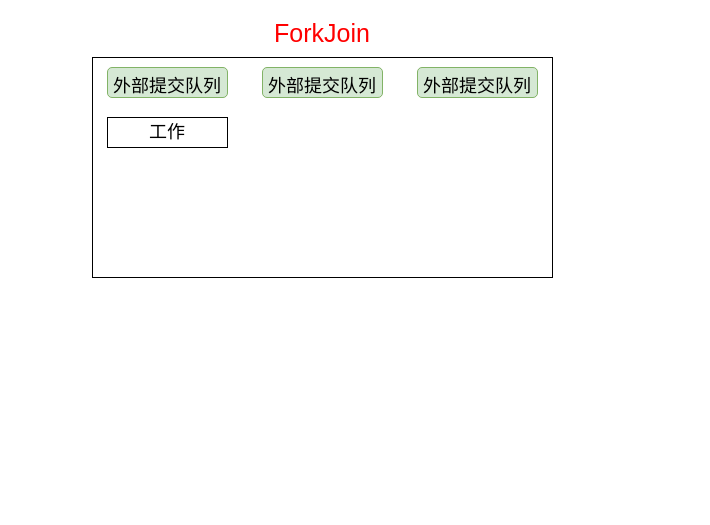
This is utilsdemo/src/main/resources/FlowDiagram/ForkJoin设计框架.drawio from an-1024/WorkUtil, a draw.io file, before an edit. Source tidied: cells renumbered, new cells numbered last; positions are measured from the earlier drawing's top-left corner, leaving out a move shared by most shapes. Both pictures are drawn from the tidied source at 100%, with x=0, y=0 at pixel (92, 17).
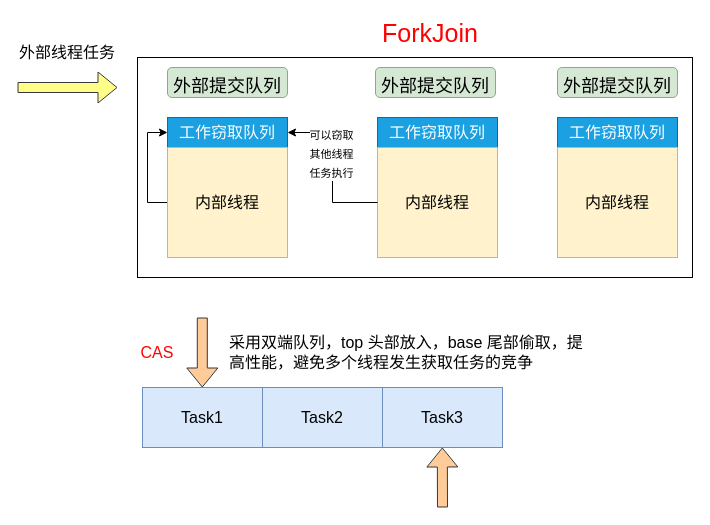
After the change.

Commit message (it also covers changes not shown here):
更新ForkJoin设计框架.drawio

The edit, as a diff of the source:
```diff
@@
+    <mxCell id="8" style="group;" parent="1" vertex="1">
+      <mxGeometry x="-75" width="675" height="490" as="geometry" />
+    </mxCell>
+    <mxCell id="9" style="shape=flexArrow;endArrow=classic;html=1;rounded=0;fontSize=16;fontColor=#000000;fillColor=#ffff88;strokeColor=#36393d;" parent="8" edge="1">
+      <mxGeometry relative="1" as="geometry">
+        <mxPoint y="70" as="sourcePoint" />
+        <mxPoint x="100" y="70" as="targetPoint" />
+      </mxGeometry>
+    </mxCell>
+    <mxCell id="10" value="外部线程任务" style="text;html=1;strokeColor=none;fillColor=none;align=center;verticalAlign=middle;whiteSpace=wrap;rounded=0;fontSize=16;fontColor=#000000;" parent="8" vertex="1">
+      <mxGeometry y="20" width="100" height="30" as="geometry" />
+    </mxCell>
-    <mxCell id="2" value="&lt;font style=&quot;font-size: 25px;&quot; color=&quot;#ff0000&quot;&gt;ForkJoin&lt;/font&gt;" style="text;html=1;strokeColor=none;fillColor=none;align=center;verticalAlign=middle;whiteSpace=wrap;rounded=0;" parent="1" vertex="1">
-      <mxGeometry x="175" width="110" height="30" as="geometry" />
+    <mxCell id="2" value="&lt;font style=&quot;font-size: 25px;&quot; color=&quot;#ff0000&quot;&gt;ForkJoin&lt;/font&gt;" style="text;html=1;strokeColor=none;fillColor=none;align=center;verticalAlign=middle;whiteSpace=wrap;rounded=0;" parent="8" vertex="1">
+      <mxGeometry x="358" width="110" height="30" as="geometry" />
     </mxCell>
-    <mxCell id="3" style="rounded=0;whiteSpace=wrap;html=1;fontSize=25;fontColor=#FF0000;" parent="1" vertex="1">
-      <mxGeometry y="40" width="460" height="220" as="geometry" />
+    <mxCell id="3" style="rounded=0;whiteSpace=wrap;html=1;fontSize=25;fontColor=#FF0000;" parent="8" vertex="1">
+      <mxGeometry x="120" y="40" width="555" height="220" as="geometry" />
     </mxCell>
-    <mxCell id="4" value="&lt;font style=&quot;font-size: 18px;&quot;&gt;外部提交队列&lt;/font&gt;" style="rounded=1;whiteSpace=wrap;html=1;fontSize=25;fillColor=#d5e8d4;strokeColor=#82b366;" parent="1" vertex="1">
-      <mxGeometry x="15" y="50" width="120" height="30" as="geometry" />
+    <mxCell id="4" value="&lt;font style=&quot;font-size: 18px;&quot;&gt;外部提交队列&lt;/font&gt;" style="rounded=1;whiteSpace=wrap;html=1;fontSize=25;fillColor=#d5e8d4;strokeColor=#82b366;" parent="8" vertex="1">
+      <mxGeometry x="150" y="50" width="120" height="30" as="geometry" />
     </mxCell>
-    <mxCell id="5" value="&lt;font style=&quot;font-size: 18px;&quot;&gt;外部提交队列&lt;/font&gt;" style="rounded=1;whiteSpace=wrap;html=1;fontSize=25;fillColor=#d5e8d4;strokeColor=#82b366;" parent="1" vertex="1">
-      <mxGeometry x="170" y="50" width="120" height="30" as="geometry" />
+    <mxCell id="5" value="&lt;font style=&quot;font-size: 18px;&quot;&gt;外部提交队列&lt;/font&gt;" style="rounded=1;whiteSpace=wrap;html=1;fontSize=25;fillColor=#d5e8d4;strokeColor=#82b366;" parent="8" vertex="1">
+      <mxGeometry x="358" y="50" width="120" height="30" as="geometry" />
     </mxCell>
-    <mxCell id="6" value="&lt;font style=&quot;font-size: 18px;&quot;&gt;外部提交队列&lt;/font&gt;" style="rounded=1;whiteSpace=wrap;html=1;fontSize=25;fillColor=#d5e8d4;strokeColor=#82b366;" parent="1" vertex="1">
-      <mxGeometry x="325" y="50" width="120" height="30" as="geometry" />
+    <mxCell id="6" value="&lt;font style=&quot;font-size: 18px;&quot;&gt;外部提交队列&lt;/font&gt;" style="rounded=1;whiteSpace=wrap;html=1;fontSize=25;fillColor=#d5e8d4;strokeColor=#82b366;" parent="8" vertex="1">
+      <mxGeometry x="540" y="50" width="120" height="30" as="geometry" />
     </mxCell>
+    <mxCell id="11" style="group;" parent="8" vertex="1">
+      <mxGeometry x="150" y="100" width="120" height="140" as="geometry" />
+    </mxCell>
-    <mxCell id="7" value="工作" style="rounded=0;whiteSpace=wrap;html=1;fontSize=18;fontColor=#000000;" parent="1" vertex="1">
-      <mxGeometry x="15" y="100" width="120" height="30" as="geometry" />
+    <mxCell id="7" value="&lt;font style=&quot;font-size: 16px;&quot;&gt;工作窃取队列&lt;/font&gt;" style="rounded=0;whiteSpace=wrap;html=1;fontSize=18;fontColor=#ffffff;fillColor=#1ba1e2;strokeColor=#006EAF;" parent="11" vertex="1">
+      <mxGeometry width="120" height="30" as="geometry" />
     </mxCell>
+    <mxCell id="12" style="edgeStyle=orthogonalEdgeStyle;rounded=0;jettySize=auto;html=1;exitX=0;exitY=0.5;exitDx=0;exitDy=0;entryX=0;entryY=0.5;entryDx=0;entryDy=0;fontSize=16;fontColor=#000000;" parent="11" edge="1" source="13" target="7">
+      <mxGeometry relative="1" as="geometry" />
+    </mxCell>
+    <mxCell id="13" value="内部线程" style="rounded=0;whiteSpace=wrap;html=1;fontSize=16;fillColor=#fff2cc;strokeColor=#d6b656;" parent="11" vertex="1">
+      <mxGeometry y="30" width="120" height="110" as="geometry" />
+    </mxCell>
+    <mxCell id="14" style="group;" parent="8" vertex="1">
+      <mxGeometry x="360" y="100" width="120" height="140" as="geometry" />
+    </mxCell>
+    <mxCell id="15" value="&lt;font style=&quot;font-size: 16px;&quot;&gt;工作窃取队列&lt;/font&gt;" style="rounded=0;whiteSpace=wrap;html=1;fontSize=18;fontColor=#ffffff;fillColor=#1ba1e2;strokeColor=#006EAF;" parent="14" vertex="1">
+      <mxGeometry width="120" height="30" as="geometry" />
+    </mxCell>
+    <mxCell id="16" value="内部线程" style="rounded=0;whiteSpace=wrap;html=1;fontSize=16;fillColor=#fff2cc;strokeColor=#d6b656;" parent="14" vertex="1">
+      <mxGeometry y="30" width="120" height="110" as="geometry" />
+    </mxCell>
+    <mxCell id="17" style="group;" parent="8" vertex="1">
+      <mxGeometry x="540" y="100" width="120" height="140" as="geometry" />
+    </mxCell>
+    <mxCell id="18" style="edgeStyle=orthogonalEdgeStyle;rounded=0;jettySize=auto;html=1;fontSize=11;fontColor=#000000;" parent="17" edge="1" source="19" target="20">
+      <mxGeometry relative="1" as="geometry" />
+    </mxCell>
+    <mxCell id="19" value="&lt;font style=&quot;font-size: 16px;&quot;&gt;工作窃取队列&lt;/font&gt;" style="rounded=0;whiteSpace=wrap;html=1;fontSize=18;fontColor=#ffffff;fillColor=#1ba1e2;strokeColor=#006EAF;" parent="17" vertex="1">
+      <mxGeometry width="120" height="30" as="geometry" />
+    </mxCell>
+    <mxCell id="20" value="内部线程" style="rounded=0;whiteSpace=wrap;html=1;fontSize=16;fillColor=#fff2cc;strokeColor=#d6b656;" parent="17" vertex="1">
+      <mxGeometry y="30" width="120" height="110" as="geometry" />
+    </mxCell>
+    <mxCell id="21" style="edgeStyle=orthogonalEdgeStyle;rounded=0;jettySize=auto;html=1;exitX=0;exitY=0.5;exitDx=0;exitDy=0;entryX=1;entryY=0.5;entryDx=0;entryDy=0;fontSize=16;fontColor=#000000;" parent="8" edge="1" source="16" target="7">
+      <mxGeometry relative="1" as="geometry" />
+    </mxCell>
+    <mxCell id="22" value="&lt;font style=&quot;font-size: 11px;&quot;&gt;可以窃取&lt;br&gt;其他线程&lt;br&gt;任务执行&lt;br&gt;&lt;/font&gt;" style="edgeLabel;html=1;align=center;verticalAlign=middle;fontSize=16;fontColor=#000000;" parent="21" vertex="1">
+      <mxGeometry x="0.2" y="2" relative="1" as="geometry" />
+    </mxCell>
+    <mxCell id="23" value="Task1" style="rounded=0;whiteSpace=wrap;html=1;fontSize=16;fillColor=#dae8fc;strokeColor=#6c8ebf;" parent="8" vertex="1">
+      <mxGeometry x="125" y="370" width="120" height="60" as="geometry" />
+    </mxCell>
+    <mxCell id="24" value="Task2" style="rounded=0;whiteSpace=wrap;html=1;fontSize=16;fillColor=#dae8fc;strokeColor=#6c8ebf;" parent="8" vertex="1">
+      <mxGeometry x="245" y="370" width="120" height="60" as="geometry" />
+    </mxCell>
+    <mxCell id="25" value="Task3" style="rounded=0;whiteSpace=wrap;html=1;fontSize=16;fillColor=#dae8fc;strokeColor=#6c8ebf;" parent="8" vertex="1">
+      <mxGeometry x="365" y="370" width="120" height="60" as="geometry" />
+    </mxCell>
+    <mxCell id="26" style="shape=flexArrow;endArrow=classic;html=1;rounded=0;fontSize=16;fontColor=#000000;fillColor=#ffcc99;strokeColor=#36393d;" parent="8" edge="1">
+      <mxGeometry relative="1" as="geometry">
+        <mxPoint x="184.8" y="300" as="sourcePoint" />
+        <mxPoint x="184.8" y="370" as="targetPoint" />
+      </mxGeometry>
+    </mxCell>
+    <mxCell id="27" style="shape=flexArrow;endArrow=classic;html=1;rounded=0;fontSize=16;fontColor=#000000;fillColor=#ffcc99;strokeColor=#36393d;" parent="8" edge="1">
+      <mxGeometry relative="1" as="geometry">
+        <mxPoint x="425" y="490" as="sourcePoint" />
+        <mxPoint x="424.8" y="430" as="targetPoint" />
+      </mxGeometry>
+    </mxCell>
+    <mxCell id="28" value="采用双端队列，top 头部放入，base 尾部偷取，提高性能，避免多个线程发生获取任务的竞争" style="text;html=1;strokeColor=none;fillColor=none;align=left;verticalAlign=middle;whiteSpace=wrap;rounded=0;fontSize=16;fontColor=#000000;" parent="8" vertex="1">
+      <mxGeometry x="210" y="320" width="370" height="30" as="geometry" />
+    </mxCell>
+    <mxCell id="29" value="&lt;font style=&quot;font-size: 16px;&quot; color=&quot;#ff0000&quot;&gt;CAS&lt;/font&gt;" style="text;html=1;strokeColor=none;fillColor=none;align=center;verticalAlign=middle;whiteSpace=wrap;rounded=0;fontSize=11;fontColor=#000000;" parent="8" vertex="1">
+      <mxGeometry x="120" y="320" width="40" height="30" as="geometry" />
+    </mxCell>
```
